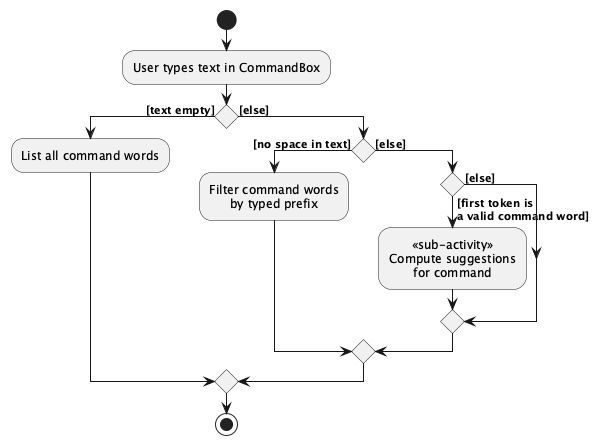
Before: docs/images/AutocompleteActivityDiagram.png, a diagram exported from PlantUML (jyc300564/tp).
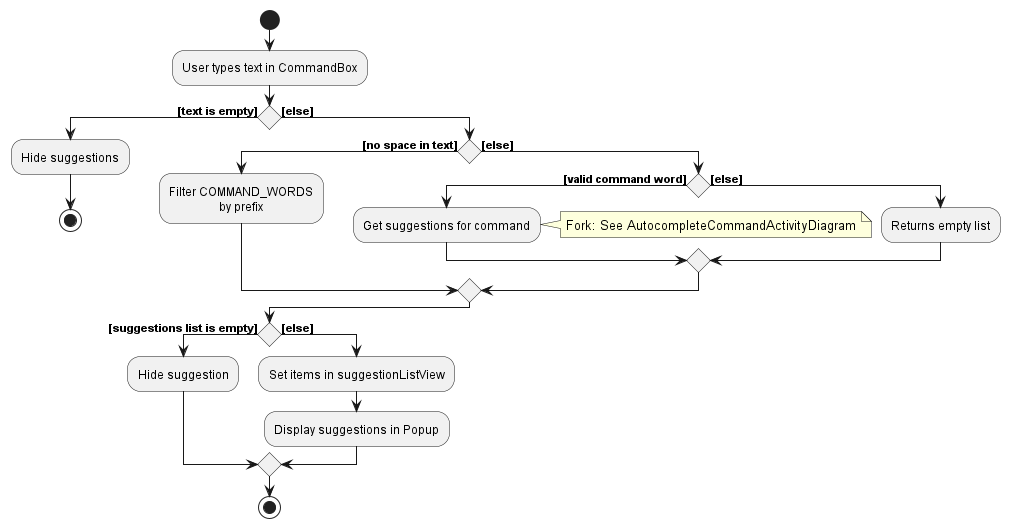
The same file after the commit.

Diff of the diagram source:
```diff
@@ -4,19 +4,27 @@
 start
 :User types text in CommandBox;
 
-if () then ([text empty])
-    :List all command words;
+if () then ([text is empty])
+    :Hide suggestions;
+    stop
 else ([else])
     if () then ([no space in text])
-        :Filter command words\nby typed prefix;
+        :Filter COMMAND_WORDS\nby prefix;
     else ([else])
-        if () then ([first token is\na valid command word])
-            :<<sub-activity>>\nCompute suggestions\nfor command;
+        if () then ([valid command word])
+            :Get suggestions for command;
+            note right: Fork: See AutocompleteCommandActivityDiagram
         else ([else])
+            :Returns empty list;
         endif
     endif
 endif
 
+if () then ([suggestions list is empty])
+    :Hide suggestion;
+else ([else])
+    :Set items in suggestionListView;
+    :Display suggestions in Popup;
+endif
 stop
-
 @enduml
```
